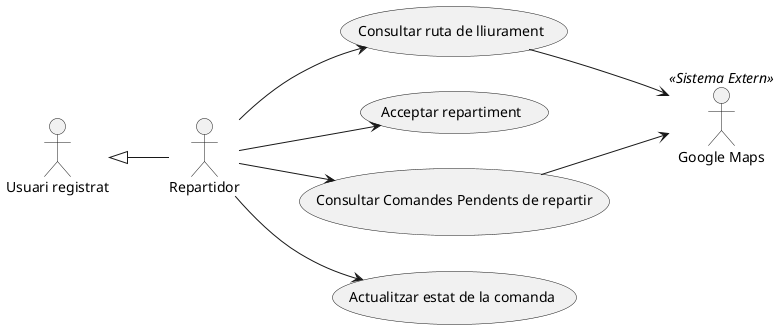
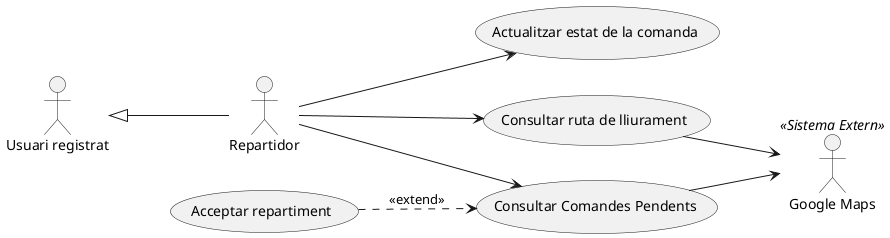
@startuml
left to right direction
skinparam actorStyle stickman

actor "Usuari registrat" as UR
actor "Repartidor" as Repartidor

Repartidor -up-|> UR

actor "Google Maps" <<Sistema Extern>> as Gmaps

usecase "Consultar ruta de lliurament" as UC_Ruta
usecase "Acceptar repartiment" as UC_Acceptar
- usecase "Consultar Comandes Pendents de repartir" as UC_ConsComandes
+ usecase "Consultar Comandes Pendents" as UC_ConsComandes
usecase "Actualitzar estat de la comanda" as UC_Estat

Repartidor --> UC_ConsComandes
Repartidor --> UC_Estat
Repartidor --> UC_Ruta
- Repartidor --> UC_Acceptar
+ 
+ 
+ UC_Acceptar ..> UC_ConsComandes : <<extend>>


UC_Ruta --> Gmaps
UC_ConsComandes --> Gmaps

@enduml
